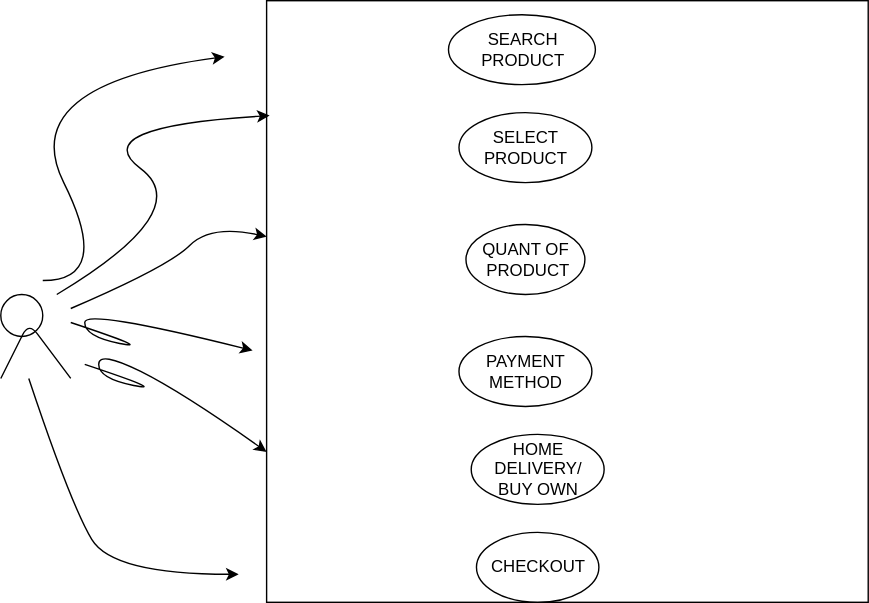
This is USECASE.svg from AffanButt/Web-Server-In-Js, a draw.io export, as it was before one commit. Source tidied: cells renumbered, new cells last; positions are measured from the earlier drawing's top-left corner, leaving out a move shared by most shapes.
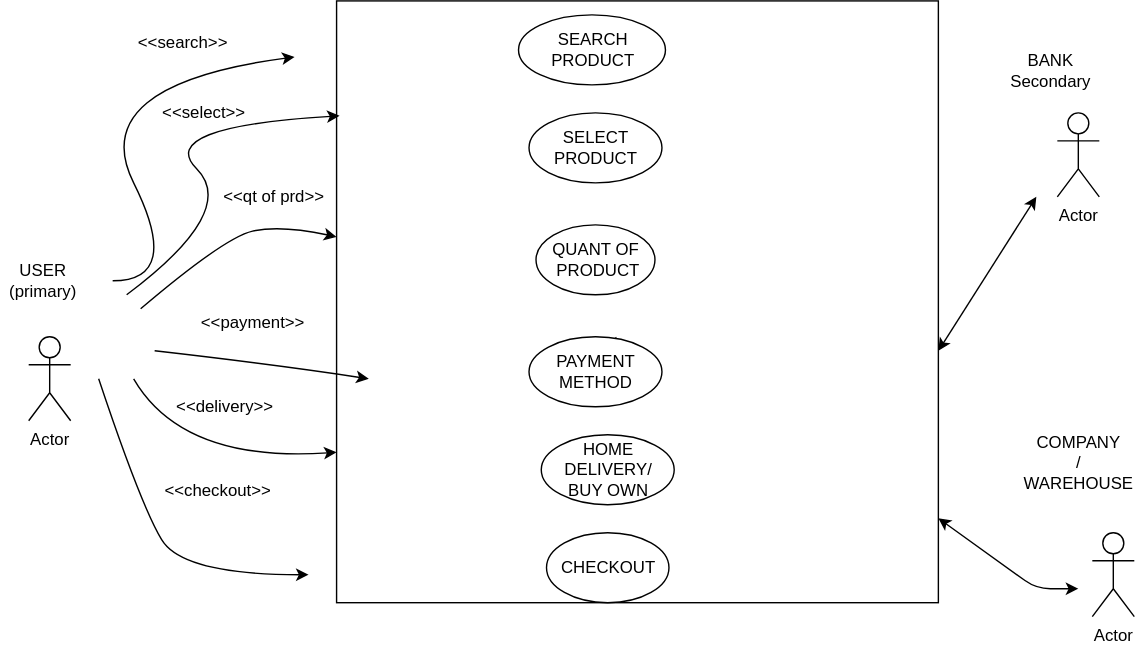
After the change.

The edit, as a diff of the source:
```diff
@@ -14,27 +14,12 @@
     <mxCell id="5" value="QUANT OF&lt;br&gt;&amp;nbsp;PRODUCT" style="shape=ellipse;html=1;dashed=0;whitespace=wrap;perimeter=ellipsePerimeter;" parent="1" vertex="1">
       <mxGeometry x="332.5" y="160" width="85" height="50" as="geometry" />
     </mxCell>
-    <mxCell id="6" value="PAYMENT&lt;br&gt;METHOD" style="shape=ellipse;html=1;dashed=0;whitespace=wrap;perimeter=ellipsePerimeter;" parent="1" vertex="1">
-      <mxGeometry x="327.5" y="240" width="95" height="50" as="geometry" />
-    </mxCell>
     <mxCell id="7" value="CHECKOUT" style="shape=ellipse;html=1;dashed=0;whitespace=wrap;perimeter=ellipsePerimeter;" parent="1" vertex="1">
       <mxGeometry x="340" y="380" width="87.5" height="50" as="geometry" />
     </mxCell>
     <mxCell id="8" value="HOME &lt;br&gt;DELIVERY/&lt;br&gt;BUY OWN" style="shape=ellipse;html=1;dashed=0;whitespace=wrap;perimeter=ellipsePerimeter;" parent="1" vertex="1">
       <mxGeometry x="336.2" y="310" width="95" height="50" as="geometry" />
     </mxCell>
-    <mxCell id="9" style="ellipse;whiteSpace=wrap;html=1;" parent="1" vertex="1">
-      <mxGeometry y="210" width="30" height="30" as="geometry" />
-    </mxCell>
-    <mxCell id="10" style="endArrow=none;html=1;" parent="1" edge="1">
-      <mxGeometry relative="1" as="geometry">
-        <mxPoint y="270" as="sourcePoint" />
-        <mxPoint x="50" y="270" as="targetPoint" />
-        <Array as="points">
-          <mxPoint x="20" y="230" />
-        </Array>
-      </mxGeometry>
-    </mxCell>
     <mxCell id="11" style="curved=1;endArrow=classic;html=1;" parent="1" edge="1">
       <mxGeometry relative="1" as="geometry">
         <mxPoint x="30" y="200" as="sourcePoint" />
@@ -49,7 +34,7 @@
       <mxGeometry relative="1" as="geometry">
         <mxPoint x="40" y="210" as="sourcePoint" />
         <Array as="points">
-          <mxPoint x="140" y="150" />
+          <mxPoint x="120" y="150" />
           <mxPoint x="60" y="90" />
         </Array>
       </mxGeometry>
@@ -58,33 +43,11 @@
       <mxGeometry relative="1" as="geometry">
         <mxPoint x="50" y="220" as="sourcePoint" />
         <Array as="points">
-          <mxPoint x="120" y="190" />
+          <mxPoint x="110" y="169" />
           <mxPoint x="150" y="160" />
         </Array>
       </mxGeometry>
     </mxCell>
-    <mxCell id="14" style="curved=1;endArrow=classic;html=1;" parent="1" edge="1">
-      <mxGeometry relative="1" as="geometry">
-        <mxPoint x="50" y="230" as="sourcePoint" />
-        <mxPoint x="180" y="250" as="targetPoint" />
-        <Array as="points">
-          <mxPoint x="110" y="250" />
-          <mxPoint x="60" y="240" />
-          <mxPoint x="60" y="220" />
-        </Array>
-      </mxGeometry>
-    </mxCell>
-    <mxCell id="15" style="curved=1;endArrow=classic;html=1;entryX=0;entryY=0.75;entryDx=0;entryDy=0;" parent="1" edge="1" target="2">
-      <mxGeometry relative="1" as="geometry">
-        <mxPoint x="60" y="260" as="sourcePoint" />
-        <Array as="points">
-          <mxPoint x="120" y="280" />
-          <mxPoint x="70" y="270" />
-          <mxPoint x="70" y="250" />
-          <mxPoint x="130" y="280" />
-        </Array>
-      </mxGeometry>
-    </mxCell>
     <mxCell id="16" style="curved=1;endArrow=classic;html=1;" parent="1" edge="1">
       <mxGeometry relative="1" as="geometry">
         <mxPoint x="20" y="270" as="sourcePoint" />
@@ -95,5 +58,80 @@
         </Array>
       </mxGeometry>
     </mxCell>
+    <mxCell id="17" value="&amp;lt;&amp;lt;search&amp;gt;&amp;gt;" style="text;html=1;align=center;verticalAlign=middle;" parent="1" vertex="1">
+      <mxGeometry x="40" y="20" width="80" height="20" as="geometry" />
+    </mxCell>
+    <mxCell id="18" value="&amp;lt;&amp;lt;select&amp;gt;&amp;gt;" style="text;html=1;align=center;verticalAlign=middle;" parent="1" vertex="1">
+      <mxGeometry x="60" y="70" width="70" height="20" as="geometry" />
+    </mxCell>
+    <mxCell id="19" value="&amp;lt;&amp;lt;qt of prd&amp;gt;&amp;gt;" style="text;html=1;align=center;verticalAlign=middle;" parent="1" vertex="1">
+      <mxGeometry x="100" y="130" width="90" height="20" as="geometry" />
+    </mxCell>
+    <mxCell id="20" value="&amp;lt;&amp;lt;payment&amp;gt;&amp;gt;" style="text;html=1;align=center;verticalAlign=middle;" parent="1" vertex="1">
+      <mxGeometry x="85" y="220" width="90" height="20" as="geometry" />
+    </mxCell>
+    <mxCell id="21" style="curved=1;endArrow=classic;html=1;entryX=0;entryY=0.75;entryDx=0;entryDy=0;" parent="1" edge="1" target="2">
+      <mxGeometry relative="1" as="geometry">
+        <mxPoint x="45" y="270" as="sourcePoint" />
+        <Array as="points">
+          <mxPoint x="80" y="330" />
+        </Array>
+      </mxGeometry>
+    </mxCell>
+    <mxCell id="22" style="curved=1;endArrow=classic;html=1;" parent="1" edge="1">
+      <mxGeometry relative="1" as="geometry">
+        <mxPoint x="60" y="250" as="sourcePoint" />
+        <mxPoint x="213" y="270" as="targetPoint" />
+        <Array as="points">
+          <mxPoint x="147.5" y="260" />
+        </Array>
+      </mxGeometry>
+    </mxCell>
+    <mxCell id="23" value="&amp;lt;&amp;lt;delivery&amp;gt;&amp;gt;" style="text;html=1;align=center;verticalAlign=middle;" parent="1" vertex="1">
+      <mxGeometry x="70" y="280" width="80" height="20" as="geometry" />
+    </mxCell>
+    <mxCell id="24" value="&amp;lt;&amp;lt;checkout&amp;gt;&amp;gt;" style="text;html=1;align=center;verticalAlign=middle;" parent="1" vertex="1">
+      <mxGeometry x="60" y="340" width="90" height="20" as="geometry" />
+    </mxCell>
+    <mxCell id="25" value="USER&lt;br&gt;(primary)" style="text;html=1;align=center;verticalAlign=middle;" parent="1" vertex="1">
+      <mxGeometry x="-50" y="185" width="60" height="30" as="geometry" />
+    </mxCell>
+    <mxCell id="26" value="BANK&lt;br&gt;Secondary" style="text;html=1;align=center;verticalAlign=middle;" parent="1" vertex="1">
+      <mxGeometry x="665" y="35" width="70" height="30" as="geometry" />
+    </mxCell>
+    <mxCell id="27" value="COMPANY&lt;br&gt;/&lt;br&gt;WAREHOUSE" style="text;html=1;align=center;verticalAlign=middle;" parent="1" vertex="1">
+      <mxGeometry x="675" y="305" width="90" height="50" as="geometry" />
+    </mxCell>
+    <mxCell id="28" style="endArrow=classic;html=1;" parent="1" edge="1" source="6">
+      <mxGeometry relative="1" as="geometry">
+        <mxPoint x="390" y="240" as="targetPoint" />
+      </mxGeometry>
+    </mxCell>
+    <mxCell id="6" value="PAYMENT&lt;br&gt;METHOD" style="shape=ellipse;html=1;dashed=0;whitespace=wrap;perimeter=ellipsePerimeter;" parent="1" vertex="1">
+      <mxGeometry x="327.5" y="240" width="95" height="50" as="geometry" />
+    </mxCell>
+    <mxCell id="29" style="endArrow=classic;startArrow=classic;html=1;" parent="1" edge="1">
+      <mxGeometry relative="1" as="geometry">
+        <mxPoint x="690" y="140" as="sourcePoint" />
+        <mxPoint x="620" y="250" as="targetPoint" />
+      </mxGeometry>
+    </mxCell>
+    <mxCell id="30" style="endArrow=classic;startArrow=classic;html=1;" parent="1" edge="1" target="2">
+      <mxGeometry relative="1" as="geometry">
+        <mxPoint x="720" y="420" as="sourcePoint" />
+        <Array as="points">
+          <mxPoint x="690" y="420" />
+        </Array>
+      </mxGeometry>
+    </mxCell>
+    <mxCell id="31" value="Actor" style="shape=umlActor;verticalLabelPosition=bottom;verticalAlign=top;html=1;" parent="1" vertex="1">
+      <mxGeometry x="-30" y="240" width="30" height="60" as="geometry" />
+    </mxCell>
+    <mxCell id="32" value="Actor" style="shape=umlActor;verticalLabelPosition=bottom;verticalAlign=top;html=1;" parent="1" vertex="1">
+      <mxGeometry x="705" y="80" width="30" height="60" as="geometry" />
+    </mxCell>
+    <mxCell id="33" value="Actor" style="shape=umlActor;verticalLabelPosition=bottom;verticalAlign=top;html=1;" parent="1" vertex="1">
+      <mxGeometry x="730" y="380" width="30" height="60" as="geometry" />
+    </mxCell>
   </root>
 </mxGraphModel>
```
